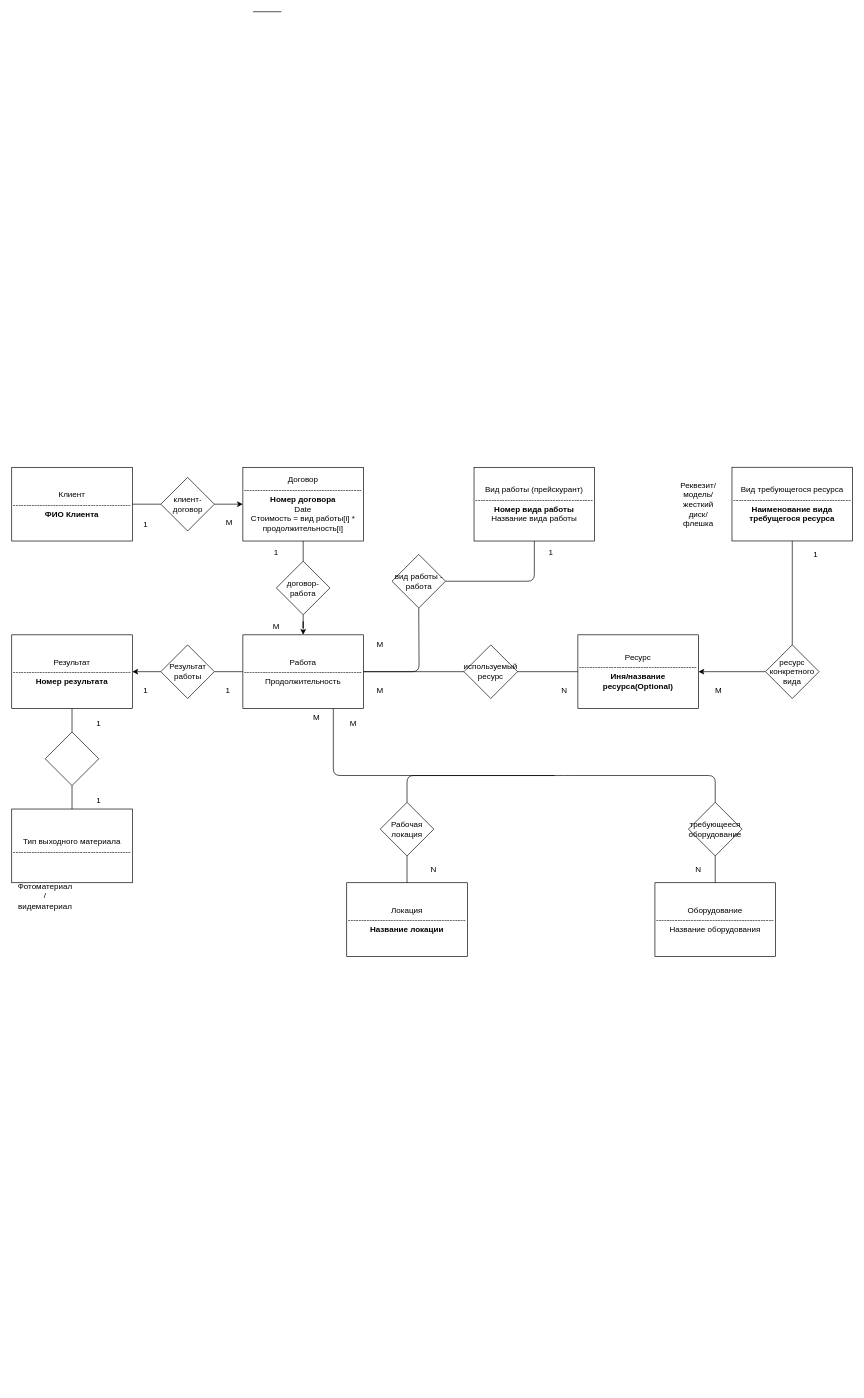
The draw.io diagram Photographer.drawio in ectuser/Photographer-Database, before the edit. Source tidied: cells renumbered, new cells numbered last; positions are measured from the earlier drawing's top-left corner, leaving out a move shared by most shapes. Both pictures are drawn from the tidied source at 67%, with x=0, y=0 at pixel (11, 11).
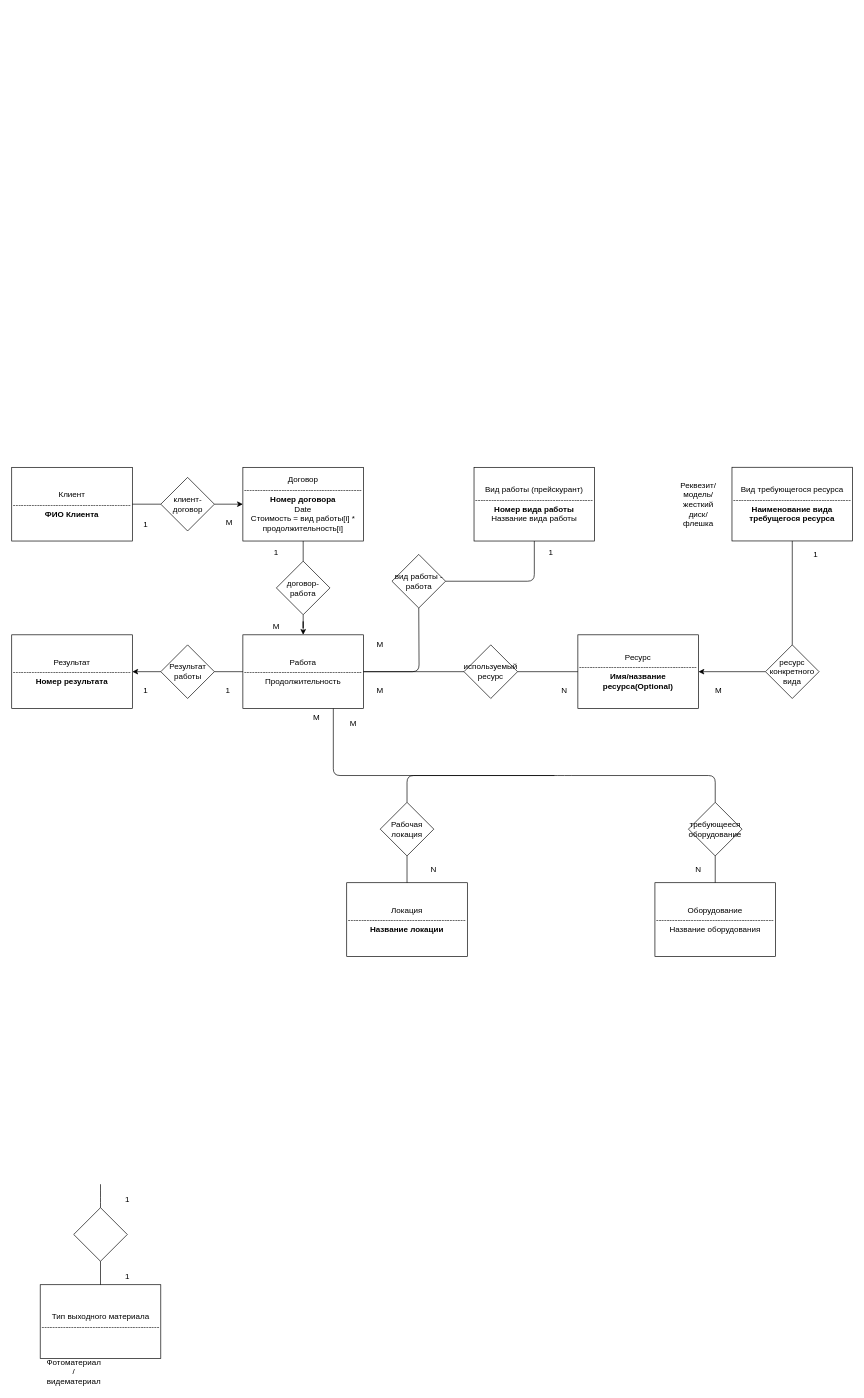
Above is the later version.

Commit message (it also covers changes not shown here):
Babanov approved my scheme! God damn. Let's make Relational model

The change refers to these unchanged cells:
```xml
<mxCell id="21" value="Результат&lt;br&gt;--------------------------------------------&lt;br&gt;&lt;b&gt;Номер результата&lt;/b&gt;" style="rounded=0;whiteSpace=wrap;html=1;" parent="1" vertex="1">
  <mxGeometry y="930" width="180" height="110" as="geometry" />
</mxCell>
```

Diff of the diagram source:
```diff
@@
-    <mxCell id="8" style="endArrow=none;html=1;exitX=0;exitY=0.5;exitDx=0;exitDy=0;entryX=1;entryY=0.5;entryDx=0;entryDy=0;" parent="1" edge="1">
-      <mxGeometry relative="1" as="geometry">
-        <mxPoint x="402.5" as="sourcePoint" />
-        <mxPoint x="360" as="targetPoint" />
-      </mxGeometry>
-    </mxCell>
@@
-    <mxCell id="26" value="Ресурс&lt;br&gt;--------------------------------------------&lt;br&gt;&lt;b&gt;Иня/название ресурса(Optional)&lt;/b&gt;" style="rounded=0;whiteSpace=wrap;html=1;" parent="1" vertex="1">
+    <mxCell id="26" value="Ресурс&lt;br&gt;--------------------------------------------&lt;br&gt;&lt;b&gt;Имя/название ресурса(Optional)&lt;/b&gt;" style="rounded=0;whiteSpace=wrap;html=1;" parent="1" vertex="1">
       <mxGeometry x="845" y="930" width="180" height="110" as="geometry" />
     </mxCell>
@@
     <mxCell id="33" value="Тип выходного материала&lt;br&gt;--------------------------------------------" style="rounded=0;whiteSpace=wrap;html=1;" parent="1" vertex="1">
-      <mxGeometry y="1190" width="180" height="110" as="geometry" />
+      <mxGeometry x="42.5" y="1900" width="180" height="110" as="geometry" />
     </mxCell>
     <mxCell id="34" style="rhombus;whiteSpace=wrap;html=1;" parent="1" vertex="1">
-      <mxGeometry x="50" y="1075" width="80" height="80" as="geometry" />
+      <mxGeometry x="92.5" y="1785" width="80" height="80" as="geometry" />
     </mxCell>
-    <mxCell id="35" style="endArrow=none;html=1;exitX=0.5;exitY=0;exitDx=0;exitDy=0;entryX=0.5;entryY=1;entryDx=0;entryDy=0;" parent="1" edge="1" source="34" target="21">
+    <mxCell id="35" style="endArrow=none;html=1;exitX=0.5;exitY=0;exitDx=0;exitDy=0;entryX=0.5;entryY=1;entryDx=0;entryDy=0;" parent="1" edge="1" source="34">
       <mxGeometry relative="1" as="geometry">
+        <mxPoint x="132.5" y="1750" as="targetPoint" />
         <Array as="points">
-          <mxPoint x="90" y="1060" />
+          <mxPoint x="132.5" y="1770" />
         </Array>
       </mxGeometry>
     </mxCell>
@@
     <mxCell id="37" value="Фотоматериал / видематериал" style="text;html=1;strokeColor=none;fillColor=none;align=center;verticalAlign=middle;whiteSpace=wrap;rounded=0;" parent="1" vertex="1">
-      <mxGeometry x="30" y="1310" width="40" height="20" as="geometry" />
+      <mxGeometry x="72.5" y="2020" width="40" height="20" as="geometry" />
     </mxCell>
@@
     <mxCell id="48" value="1" style="text;html=1;strokeColor=none;fillColor=none;align=center;verticalAlign=middle;whiteSpace=wrap;rounded=0;" parent="1" vertex="1">
-      <mxGeometry x="110" y="1050" width="40" height="25" as="geometry" />
+      <mxGeometry x="152.5" y="1760" width="40" height="25" as="geometry" />
     </mxCell>
     <mxCell id="49" value="1" style="text;html=1;strokeColor=none;fillColor=none;align=center;verticalAlign=middle;whiteSpace=wrap;rounded=0;" parent="1" vertex="1">
-      <mxGeometry x="110" y="1165" width="40" height="25" as="geometry" />
+      <mxGeometry x="152.5" y="1875" width="40" height="25" as="geometry" />
     </mxCell>
```
